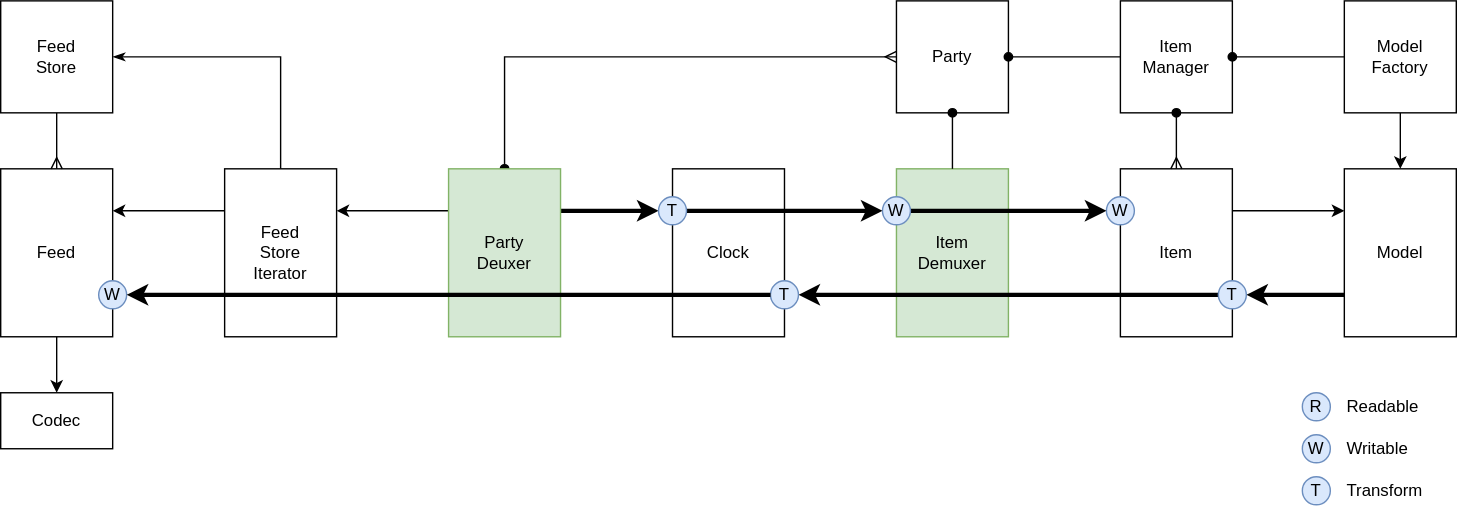
dxos/dxos keeps this draw.io diagram as docs/content/diagrams/sreams.svg. Above is the earlier version. Source tidied: cells renumbered, new cells last; positions are measured from the earlier drawing's top-left corner, leaving out a move shared by most shapes.
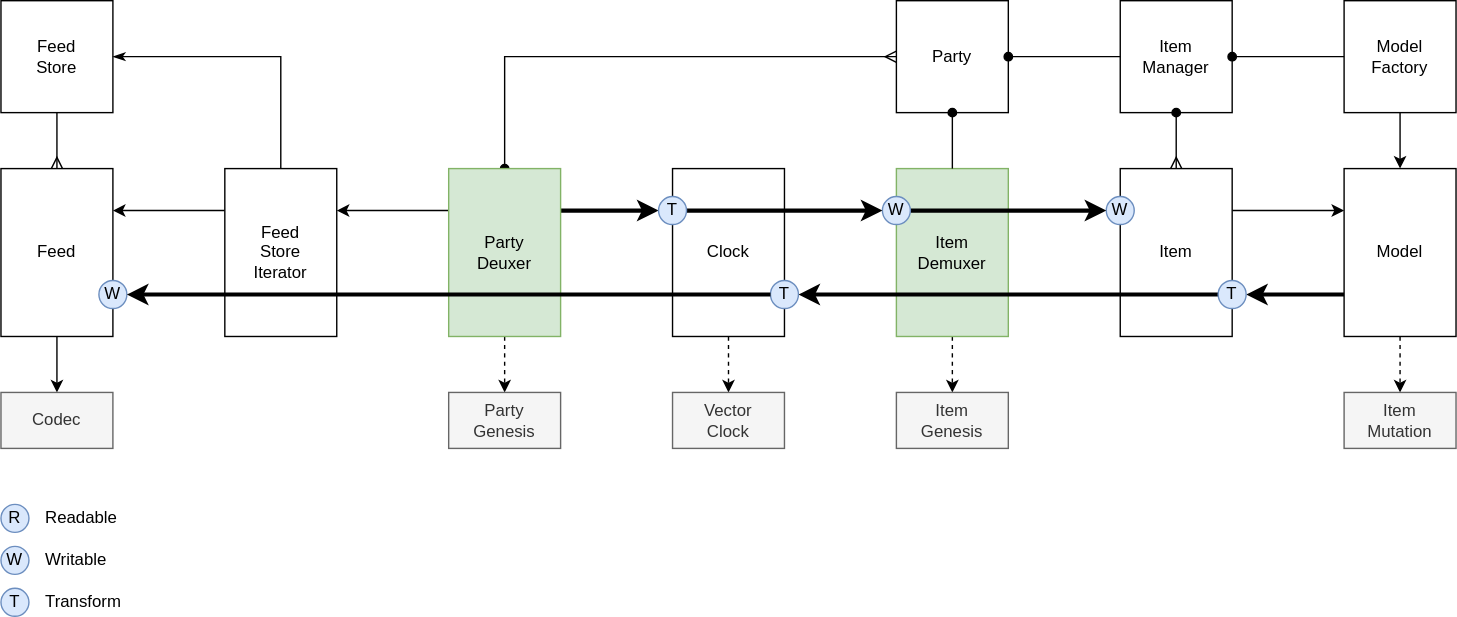
Later version of the same file.

What changed in the source:
```diff
@@ -17,9 +17,15 @@
     <mxCell id="6" style="edgeStyle=orthogonalEdgeStyle;rounded=0;jettySize=auto;html=1;exitX=0.5;exitY=0;exitDx=0;exitDy=0;entryX=0;entryY=0.5;entryDx=0;entryDy=0;startArrow=oval;startFill=1;endArrow=ERmany;endFill=0;" parent="1" edge="1" source="7" target="21">
       <mxGeometry relative="1" as="geometry" />
     </mxCell>
+    <mxCell id="45" style="edgeStyle=orthogonalEdgeStyle;rounded=0;jettySize=auto;html=1;exitX=0.5;exitY=1;exitDx=0;exitDy=0;startArrow=none;startFill=0;endArrow=classic;endFill=1;strokeWidth=1;dashed=1;" parent="1" edge="1" source="7" target="49">
+      <mxGeometry relative="1" as="geometry" />
+    </mxCell>
     <mxCell id="7" value="Party&lt;br&gt;Deuxer" style="rounded=0;whiteSpace=wrap;html=1;fillColor=#d5e8d4;strokeColor=#82b366;" parent="1" vertex="1">
       <mxGeometry x="320" y="120" width="80" height="120" as="geometry" />
     </mxCell>
+    <mxCell id="46" style="edgeStyle=orthogonalEdgeStyle;rounded=0;jettySize=auto;html=1;exitX=0.5;exitY=1;exitDx=0;exitDy=0;entryX=0.5;entryY=0;entryDx=0;entryDy=0;dashed=1;startArrow=none;startFill=0;endArrow=classic;endFill=1;strokeWidth=1;" parent="1" edge="1" source="8" target="50">
+      <mxGeometry relative="1" as="geometry" />
+    </mxCell>
     <mxCell id="8" value="Item&lt;br&gt;Demuxer" style="rounded=0;whiteSpace=wrap;html=1;fillColor=#d5e8d4;strokeColor=#82b366;" parent="1" vertex="1">
       <mxGeometry x="640" y="120" width="80" height="120" as="geometry" />
     </mxCell>
@@ -32,6 +38,9 @@
     <mxCell id="11" style="edgeStyle=orthogonalEdgeStyle;rounded=0;jettySize=auto;html=1;exitX=0;exitY=0.75;exitDx=0;exitDy=0;entryX=1;entryY=0.5;entryDx=0;entryDy=0;strokeWidth=3;" parent="1" edge="1" source="12" target="15">
       <mxGeometry relative="1" as="geometry" />
     </mxCell>
+    <mxCell id="47" style="edgeStyle=orthogonalEdgeStyle;rounded=0;jettySize=auto;html=1;exitX=0.5;exitY=1;exitDx=0;exitDy=0;dashed=1;startArrow=none;startFill=0;endArrow=classic;endFill=1;strokeWidth=1;" parent="1" edge="1" source="12" target="51">
+      <mxGeometry relative="1" as="geometry" />
+    </mxCell>
     <mxCell id="12" value="Model" style="rounded=0;whiteSpace=wrap;html=1;" parent="1" vertex="1">
       <mxGeometry x="960" y="120" width="80" height="120" as="geometry" />
     </mxCell>
@@ -80,6 +89,9 @@
     <mxCell id="27" style="edgeStyle=orthogonalEdgeStyle;rounded=0;jettySize=auto;html=1;exitX=1;exitY=0.5;exitDx=0;exitDy=0;endArrow=none;endFill=0;startArrow=oval;startFill=1;" parent="1" edge="1" source="21" target="19">
       <mxGeometry relative="1" as="geometry" />
     </mxCell>
+    <mxCell id="48" style="edgeStyle=orthogonalEdgeStyle;rounded=0;jettySize=auto;html=1;exitX=0.5;exitY=1;exitDx=0;exitDy=0;dashed=1;startArrow=none;startFill=0;endArrow=classic;endFill=1;strokeWidth=1;" parent="1" edge="1" source="28" target="52">
+      <mxGeometry relative="1" as="geometry" />
+    </mxCell>
     <mxCell id="28" value="Clock" style="rounded=0;whiteSpace=wrap;html=1;" parent="1" vertex="1">
       <mxGeometry x="480" y="120" width="80" height="120" as="geometry" />
     </mxCell>
@@ -110,26 +122,38 @@
     <mxCell id="37" style="edgeStyle=orthogonalEdgeStyle;rounded=0;jettySize=auto;html=1;exitX=1;exitY=0.5;exitDx=0;exitDy=0;startArrow=oval;startFill=1;endArrow=none;endFill=0;strokeWidth=1;" parent="1" edge="1" source="19" target="36">
       <mxGeometry relative="1" as="geometry" />
     </mxCell>
-    <mxCell id="38" value="Codec" style="rounded=0;whiteSpace=wrap;html=1;" parent="1" vertex="1">
+    <mxCell id="38" value="Codec" style="rounded=0;whiteSpace=wrap;html=1;fillColor=#f5f5f5;strokeColor=#666666;fontColor=#333333;" parent="1" vertex="1">
       <mxGeometry y="280" width="80" height="40" as="geometry" />
     </mxCell>
     <mxCell id="39" value="R" style="ellipse;whiteSpace=wrap;html=1;fillColor=#dae8fc;strokeColor=#6c8ebf;" parent="1" vertex="1">
-      <mxGeometry x="930" y="280" width="20" height="20" as="geometry" />
+      <mxGeometry y="360" width="20" height="20" as="geometry" />
     </mxCell>
     <mxCell id="40" value="W" style="ellipse;whiteSpace=wrap;html=1;fillColor=#dae8fc;strokeColor=#6c8ebf;" parent="1" vertex="1">
-      <mxGeometry x="930" y="310" width="20" height="20" as="geometry" />
+      <mxGeometry y="390" width="20" height="20" as="geometry" />
     </mxCell>
     <mxCell id="41" value="T" style="ellipse;whiteSpace=wrap;html=1;fillColor=#dae8fc;strokeColor=#6c8ebf;" parent="1" vertex="1">
-      <mxGeometry x="930" y="340" width="20" height="20" as="geometry" />
+      <mxGeometry y="420" width="20" height="20" as="geometry" />
     </mxCell>
     <mxCell id="42" value="Readable" style="text;html=1;strokeColor=none;fillColor=none;align=left;verticalAlign=middle;whiteSpace=wrap;rounded=0;" parent="1" vertex="1">
-      <mxGeometry x="960" y="280" width="80" height="20" as="geometry" />
+      <mxGeometry x="30" y="360" width="80" height="20" as="geometry" />
     </mxCell>
     <mxCell id="43" value="Writable" style="text;html=1;strokeColor=none;fillColor=none;align=left;verticalAlign=middle;whiteSpace=wrap;rounded=0;" parent="1" vertex="1">
-      <mxGeometry x="960" y="310" width="80" height="20" as="geometry" />
+      <mxGeometry x="30" y="390" width="80" height="20" as="geometry" />
     </mxCell>
     <mxCell id="44" value="Transform" style="text;html=1;strokeColor=none;fillColor=none;align=left;verticalAlign=middle;whiteSpace=wrap;rounded=0;" parent="1" vertex="1">
-      <mxGeometry x="960" y="340" width="80" height="20" as="geometry" />
+      <mxGeometry x="30" y="420" width="80" height="20" as="geometry" />
     </mxCell>
+    <mxCell id="49" value="Party&lt;br&gt;Genesis" style="rounded=0;whiteSpace=wrap;html=1;fillColor=#f5f5f5;strokeColor=#666666;fontColor=#333333;" parent="1" vertex="1">
+      <mxGeometry x="320" y="280" width="80" height="40" as="geometry" />
+    </mxCell>
+    <mxCell id="50" value="Item&lt;br&gt;Genesis" style="rounded=0;whiteSpace=wrap;html=1;fillColor=#f5f5f5;strokeColor=#666666;fontColor=#333333;" parent="1" vertex="1">
+      <mxGeometry x="640" y="280" width="80" height="40" as="geometry" />
+    </mxCell>
+    <mxCell id="51" value="Item&lt;br&gt;Mutation" style="rounded=0;whiteSpace=wrap;html=1;fillColor=#f5f5f5;strokeColor=#666666;fontColor=#333333;" parent="1" vertex="1">
+      <mxGeometry x="960" y="280" width="80" height="40" as="geometry" />
+    </mxCell>
+    <mxCell id="52" value="Vector&lt;br&gt;Clock" style="rounded=0;whiteSpace=wrap;html=1;fillColor=#f5f5f5;strokeColor=#666666;fontColor=#333333;" parent="1" vertex="1">
+      <mxGeometry x="480" y="280" width="80" height="40" as="geometry" />
+    </mxCell>
   </root>
 </mxGraphModel>
```
